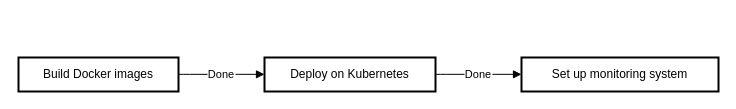
Earlier version of the draw.io diagram img/deployment.drawio (ElmTran/ImgStg). Source tidied: cells renumbered, new cells numbered last; positions are measured from the earlier drawing's top-left corner, leaving out a move shared by most shapes. Both pictures are drawn from the tidied source at 100%, with x=0, y=0 at pixel (18, 57).
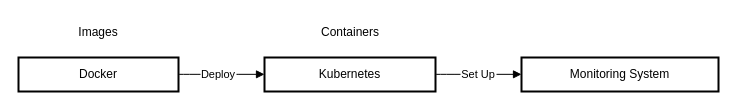
After the change.

The edit, as a diff of the source:
```diff
@@
 <mxGraphModel>
   <root>
     <mxCell id="0" />
     <mxCell id="1" parent="0" />
-    <mxCell id="2" value="Build Docker images" style="whiteSpace=wrap;strokeWidth=2;" parent="1" vertex="1">
+    <mxCell id="2" value="Docker" style="whiteSpace=wrap;strokeWidth=2;" parent="1" vertex="1">
       <mxGeometry width="160" height="34" as="geometry" />
     </mxCell>
-    <mxCell id="3" value="Deploy on Kubernetes" style="whiteSpace=wrap;strokeWidth=2;" parent="1" vertex="1">
+    <mxCell id="3" value="Kubernetes" style="whiteSpace=wrap;strokeWidth=2;" parent="1" vertex="1">
       <mxGeometry x="246" width="171" height="34" as="geometry" />
     </mxCell>
-    <mxCell id="4" value="Set up monitoring system" style="whiteSpace=wrap;strokeWidth=2;" parent="1" vertex="1">
+    <mxCell id="4" value="Monitoring System" style="whiteSpace=wrap;strokeWidth=2;" parent="1" vertex="1">
       <mxGeometry x="503" width="197" height="34" as="geometry" />
     </mxCell>
-    <mxCell id="5" value="Done" style="curved=1;startArrow=none;endArrow=block;exitX=0.9977702140808106;exitY=0.4950980579151827;entryX=-0.0028173435501187864;entryY=0.4950980579151827;" parent="1" edge="1" source="2" target="3">
-      <mxGeometry relative="1" as="geometry" />
+    <mxCell id="5" value="Deploy" style="curved=1;startArrow=none;endArrow=block;exitX=0.9977702140808106;exitY=0.4950980579151827;entryX=-0.0028173435501187864;entryY=0.4950980579151827;" parent="1" edge="1" source="2" target="3">
+      <mxGeometry x="-0.07" relative="1" as="geometry" />
     </mxCell>
-    <mxCell id="6" value="Done" style="curved=1;startArrow=none;endArrow=block;exitX=0.9979745965254935;exitY=0.4950980579151827;entryX=-0.0023926091073128175;entryY=0.4950980579151827;" parent="1" edge="1" source="3" target="4">
-      <mxGeometry relative="1" as="geometry" />
+    <mxCell id="6" value="Set Up" style="curved=1;startArrow=none;endArrow=block;exitX=0.9979745965254935;exitY=0.4950980579151827;entryX=-0.0023926091073128175;entryY=0.4950980579151827;" parent="1" edge="1" source="3" target="4">
+      <mxGeometry x="0.01" relative="1" as="geometry" />
     </mxCell>
+    <mxCell id="7" value="Images" style="text;strokeColor=none;align=center;fillColor=none;html=1;verticalAlign=middle;whiteSpace=wrap;rounded=0;" parent="1" vertex="1">
+      <mxGeometry x="50" y="-40" width="60" height="30" as="geometry" />
+    </mxCell>
+    <mxCell id="8" value="Containers" style="text;strokeColor=none;align=center;fillColor=none;html=1;verticalAlign=middle;whiteSpace=wrap;rounded=0;" parent="1" vertex="1">
+      <mxGeometry x="301.5" y="-40" width="60" height="30" as="geometry" />
+    </mxCell>
   </root>
 </mxGraphModel>
```
